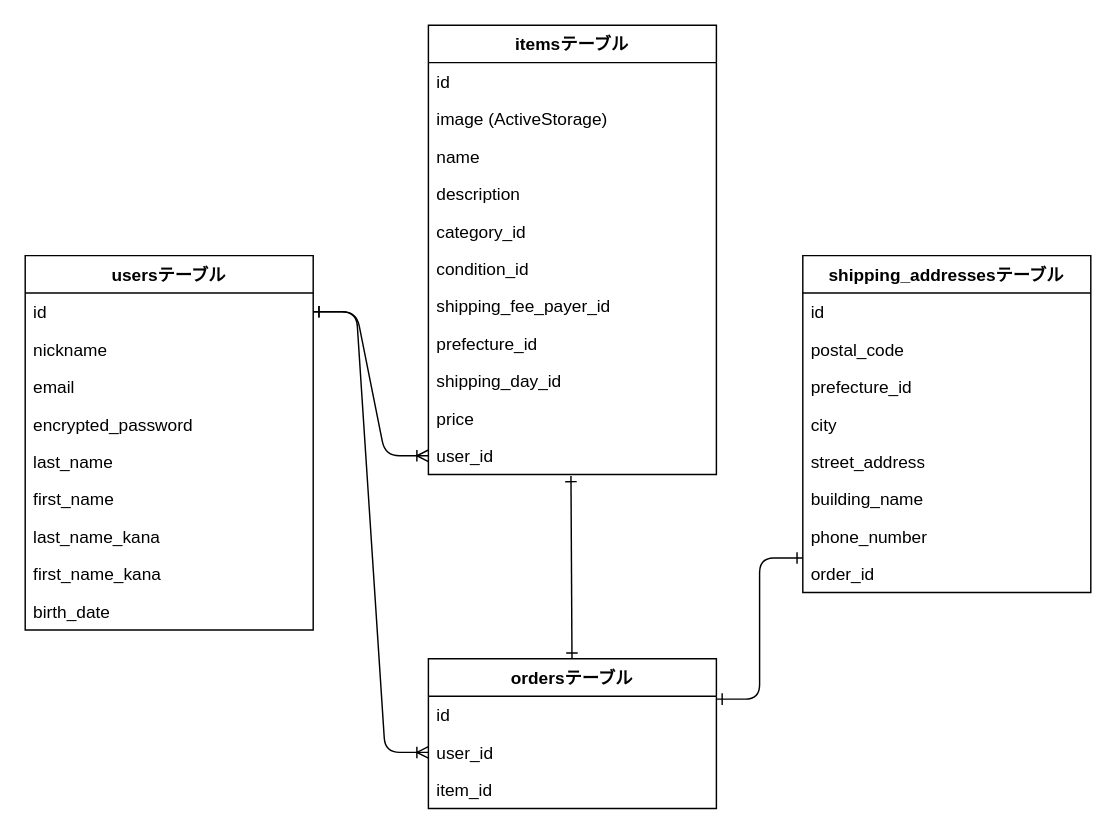
Above: test.dio in acquauverworld0206/furima-46488 (draw.io), before the change. Source tidied: cells renumbered, new cells numbered last; positions are measured from the earlier drawing's top-left corner, leaving out a move shared by most shapes. Both pictures are drawn from the tidied source at 144%, with x=0, y=0 at pixel (24, 24).
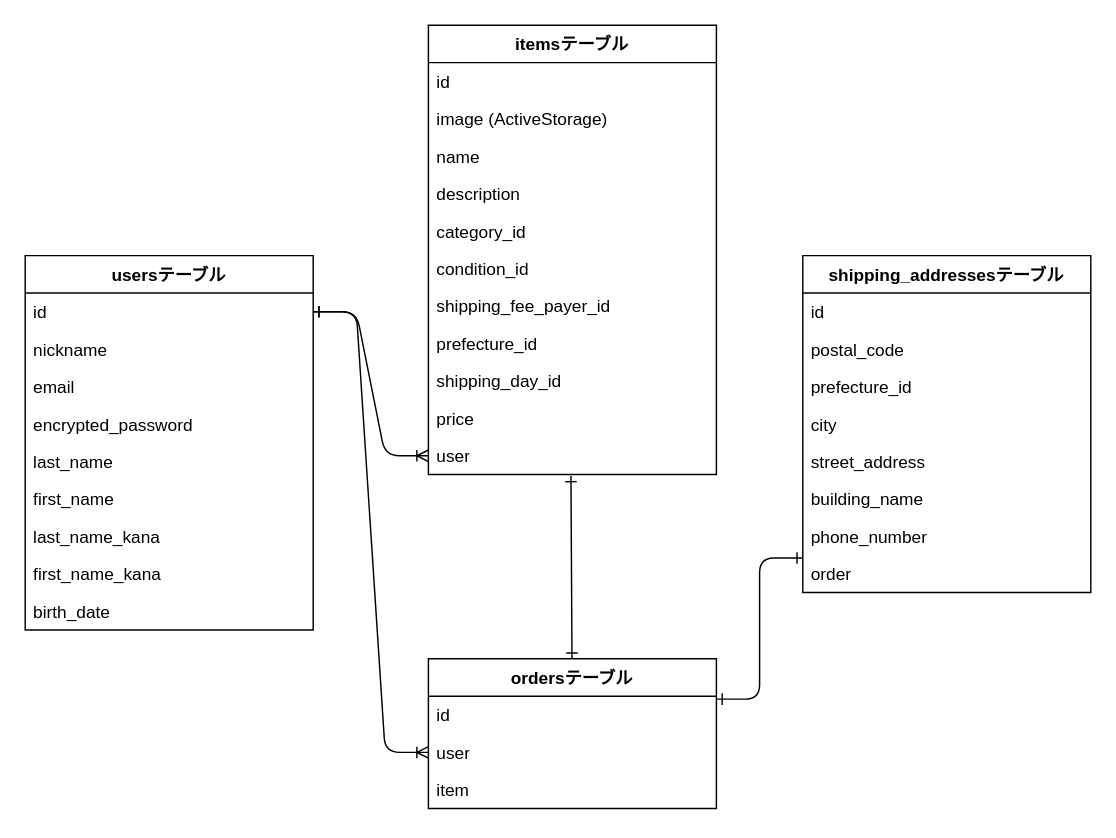
Above is the later version.

Commit message:
データベース設計3

The change refers to these unchanged cells:
```xml
<mxCell id="12" value="itemsテーブル" style="swimlane;fontStyle=1;align=center;verticalAlign=top;horizontal=1;startSize=26;whiteSpace=wrap;html=1;" parent="1" vertex="1">
  <mxGeometry x="280" width="200" height="312" as="geometry" />
</mxCell>
<mxCell id="24" value="ordersテーブル" style="swimlane;fontStyle=1;align=center;verticalAlign=top;horizontal=1;startSize=26;whiteSpace=wrap;html=1;" parent="1" vertex="1">
  <mxGeometry x="280" y="440" width="200" height="104" as="geometry" />
</mxCell>
<mxCell id="28" value="shipping_addressesテーブル" style="swimlane;fontStyle=1;align=center;verticalAlign=top;horizontal=1;startSize=26;whiteSpace=wrap;html=1;" parent="1" vertex="1">
  <mxGeometry x="540" y="160" width="200" height="234" as="geometry" />
</mxCell>
```

Change to the diagram source:
```diff
@@
-    <mxCell id="23" value="user_id&amp;nbsp;" style="text;strokeColor=none;fillColor=none;align=left;verticalAlign=top;spacingLeft=4;spacingRight=4;overflow=hidden;points=[[0,0.5],[1,0.5]];portConstraint=eastwest;whiteSpace=wrap;html=1;" parent="12" vertex="1">
+    <mxCell id="23" value="user" style="text;strokeColor=none;fillColor=none;align=left;verticalAlign=top;spacingLeft=4;spacingRight=4;overflow=hidden;points=[[0,0.5],[1,0.5]];portConstraint=eastwest;whiteSpace=wrap;html=1;" parent="12" vertex="1">
       <mxGeometry y="286" width="200" height="26" as="geometry" />
     </mxCell>
@@
-    <mxCell id="26" value="user_id&amp;nbsp;" style="text;strokeColor=none;fillColor=none;align=left;verticalAlign=top;spacingLeft=4;spacingRight=4;overflow=hidden;points=[[0,0.5],[1,0.5]];portConstraint=eastwest;whiteSpace=wrap;html=1;" parent="24" vertex="1">
+    <mxCell id="26" value="user" style="text;strokeColor=none;fillColor=none;align=left;verticalAlign=top;spacingLeft=4;spacingRight=4;overflow=hidden;points=[[0,0.5],[1,0.5]];portConstraint=eastwest;whiteSpace=wrap;html=1;" parent="24" vertex="1">
       <mxGeometry y="52" width="200" height="26" as="geometry" />
     </mxCell>
-    <mxCell id="27" value="item_id&amp;nbsp;" style="text;strokeColor=none;fillColor=none;align=left;verticalAlign=top;spacingLeft=4;spacingRight=4;overflow=hidden;whiteSpace=wrap;html=1;" parent="24" vertex="1">
+    <mxCell id="27" value="item" style="text;strokeColor=none;fillColor=none;align=left;verticalAlign=top;spacingLeft=4;spacingRight=4;overflow=hidden;whiteSpace=wrap;html=1;" parent="24" vertex="1">
       <mxGeometry y="78" width="200" height="26" as="geometry" />
     </mxCell>
@@
-    <mxCell id="36" value="order_id&amp;nbsp;" style="text;strokeColor=none;fillColor=none;align=left;verticalAlign=top;spacingLeft=4;spacingRight=4;overflow=hidden;whiteSpace=wrap;html=1;" parent="28" vertex="1">
+    <mxCell id="36" value="order" style="text;strokeColor=none;fillColor=none;align=left;verticalAlign=top;spacingLeft=4;spacingRight=4;overflow=hidden;whiteSpace=wrap;html=1;" parent="28" vertex="1">
       <mxGeometry y="208" width="200" height="26" as="geometry" />
     </mxCell>
```
